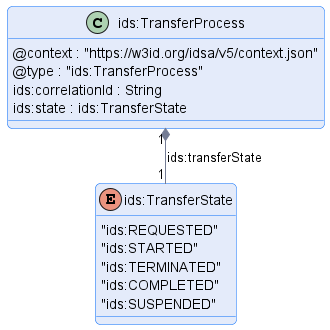
International-Data-Spaces-Association/ids-specification keeps this PlantUML diagram as transfer/message/diagram/transfer-process.png. Above is the earlier version.
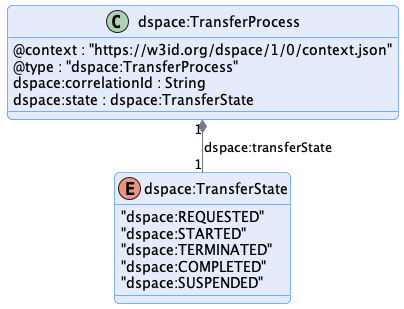
After the change.

The edit, as a diff of the source:
```diff
@@ -1,27 +1,27 @@
 @startuml "transfer-process"
 !pragma layout smetana
 
-!include ../../diagrams/diagram.styles.puml
+!include ../../../common/style/diagram.styles.puml
 
 hide empty description
 
 
-class "ids:TransferProcess" {
-    @context : "https://w3id.org/idsa/v5/context.json"
-    @type : "ids:TransferProcess"
-    ids:correlationId : String
-    ids:state : ids:TransferState
+class "dspace:TransferProcess" {
+    @context : "https://w3id.org/dspace/1/0/context.json"
+    @type : "dspace:TransferProcess"
+    dspace:correlationId : String
+    dspace:state : dspace:TransferState
 }
 
 
-enum ids:TransferState {
-    "ids:REQUESTED"
-    "ids:STARTED"
-    "ids:TERMINATED"
-    "ids:COMPLETED"
-    "ids:SUSPENDED"
+enum dspace:TransferState {
+    "dspace:REQUESTED"
+    "dspace:STARTED"
+    "dspace:TERMINATED"
+    "dspace:COMPLETED"
+    "dspace:SUSPENDED"
 }
 
-"ids:TransferProcess" "1" *-- "1" "ids:TransferState" : "ids:transferState"
+"dspace:TransferProcess" "1" *-- "1" "dspace:TransferState" : "dspace:transferState"
 
 @enduml
```
